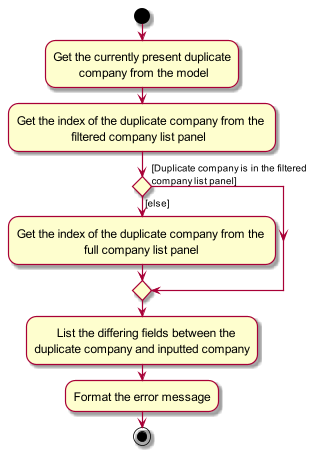
Earlier version of the PlantUML export docs/images/duplicate-detection/add-command/DuplicateActivityDiagram.png (tayruxin/tp).
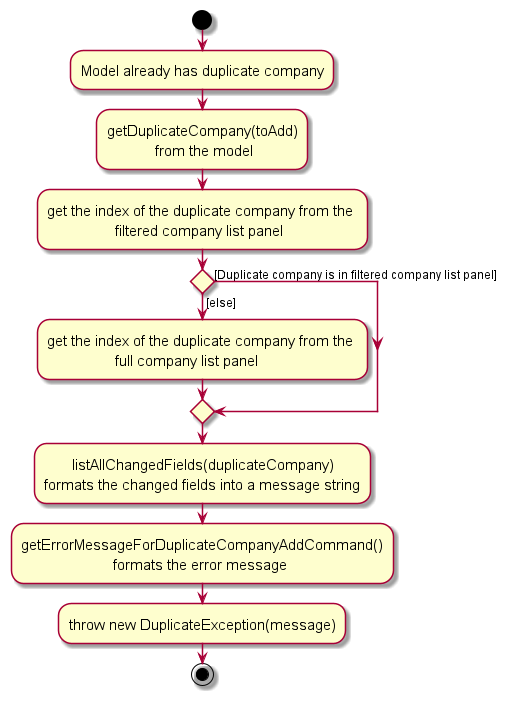
Later version of the same file.

What changed in the source:
```diff
@@ -3,17 +3,18 @@
 skinparam ActivityFontSize 15
 skinparam ArrowFontSize 12
 start
+:Model already has duplicate company;
 
 
-:Get the currently present duplicate\n        company from the model;
-:Get the index of the duplicate company from the \n                 filtered company list panel;
+:getDuplicateCompany(toAdd)\n            from the model;
+:get the index of the duplicate company from the \n                 filtered company list panel;
 if () then ([else])
-    :Get the index of the duplicate company from the \n                     full company list panel;
-else ([Duplicate company is in the filtered \ncompany list panel])
+    :get the index of the duplicate company from the \n                 full company list panel;
+else ([Duplicate company is in filtered company list panel])
     endif
 
-:       List the differing fields between the
-duplicate company and inputted company;
-:Format the error message;
+:       listAllChangedFields(duplicateCompany)\nformats the changed fields into a message string;
+:getErrorMessageForDuplicateCompanyAddCommand()\n                       formats the error message;
+:throw new DuplicateException(message);
 stop
 @enduml
```
